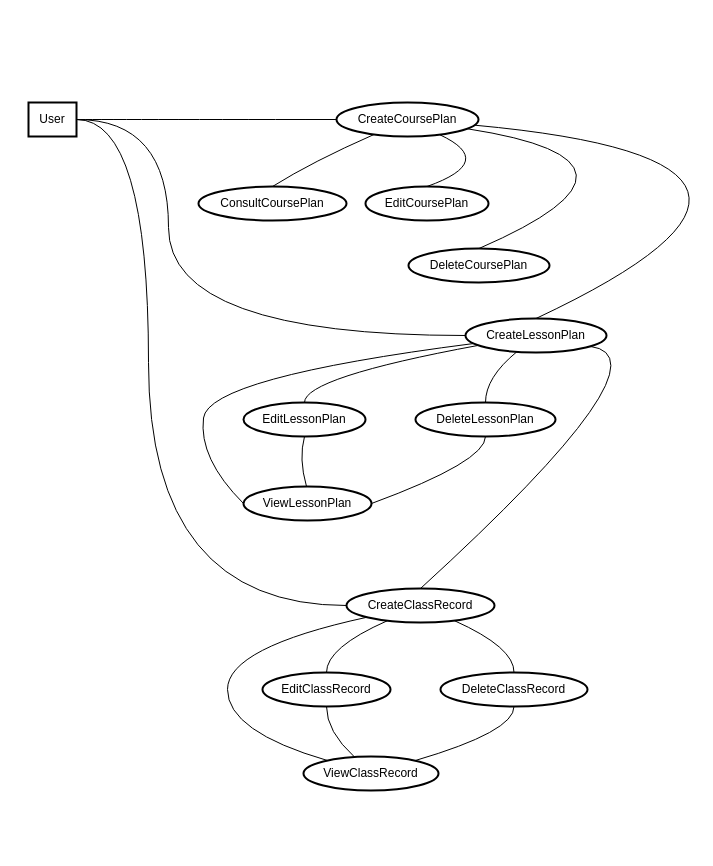
Earlier version of the draw.io diagram casos de uso 2.drawio (DjalmaANeto/modelagem-planos-de-curso-aula). Source tidied: cells renumbered, new cells numbered last; positions are measured from the earlier drawing's top-left corner, leaving out a move shared by most shapes. Both pictures are drawn from the tidied source at 100%, with x=0, y=0 at pixel (28, 102).
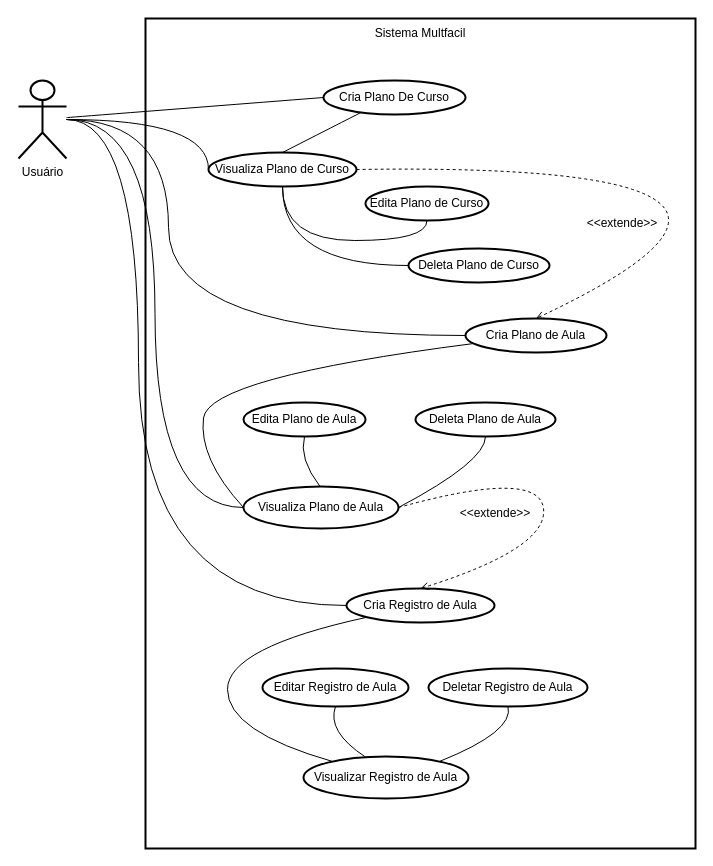
Above is the later version.

The edit, as a diff of the source:
```diff
@@
+    <mxCell id="33" style="rounded=0;whiteSpace=wrap;html=1;strokeColor=default;strokeWidth=2;fontFamily=Helvetica;fontSize=12;fontColor=default;fillColor=none;" parent="1" vertex="1">
+      <mxGeometry x="117" y="-84" width="550" height="830" as="geometry" />
+    </mxCell>
@@
+    <mxCell id="34" style="edgeStyle=orthogonalEdgeStyle;rounded=0;jettySize=auto;html=1;entryX=0;entryY=0.5;entryDx=0;entryDy=0;fontFamily=Helvetica;fontSize=12;fontColor=default;curved=1;endArrow=none;endFill=0;" parent="1" edge="1" source="4" target="10">
+      <mxGeometry relative="1" as="geometry" />
+    </mxCell>
-    <mxCell id="3" style="edgeStyle=orthogonalEdgeStyle;rounded=0;jettySize=auto;html=1;entryX=0;entryY=0.5;entryDx=0;entryDy=0;curved=1;endArrow=none;endFill=0;" parent="1" edge="1" source="4" target="13">
+    <mxCell id="3" style="edgeStyle=orthogonalEdgeStyle;rounded=0;jettySize=auto;html=1;entryX=0;entryY=0.5;entryDx=0;entryDy=0;fontFamily=Helvetica;fontSize=12;fontColor=default;curved=1;endArrow=none;endFill=0;" parent="1" edge="1" source="4" target="13">
       <mxGeometry relative="1" as="geometry">
         <Array as="points">
-          <mxPoint x="120" y="17" />
-          <mxPoint x="120" y="503" />
+          <mxPoint x="110" y="17" />
+          <mxPoint x="110" y="503" />
         </Array>
       </mxGeometry>
     </mxCell>
+    <mxCell id="35" style="edgeStyle=orthogonalEdgeStyle;rounded=0;jettySize=auto;html=1;entryX=0;entryY=0.5;entryDx=0;entryDy=0;fontFamily=Helvetica;fontSize=12;fontColor=default;curved=1;endArrow=none;endFill=0;" parent="1" edge="1" source="4" target="6">
+      <mxGeometry relative="1" as="geometry">
+        <Array as="points">
+          <mxPoint x="180" y="17" />
+        </Array>
+      </mxGeometry>
+    </mxCell>
-    <mxCell id="4" value="User" style="whiteSpace=wrap;strokeWidth=2;" parent="1" vertex="1">
-      <mxGeometry width="48" height="34" as="geometry" />
+    <mxCell id="4" value="Usuário" style="shape=umlActor;verticalLabelPosition=bottom;verticalAlign=top;html=1;outlineConnect=0;rounded=0;strokeColor=default;strokeWidth=2;fontFamily=Helvetica;fontSize=12;fontColor=default;fillColor=default;" parent="1" vertex="1">
+      <mxGeometry x="-10" y="-22" width="48" height="78" as="geometry" />
     </mxCell>
-    <mxCell id="5" value="CreateCoursePlan" style="ellipse;whiteSpace=wrap;html=1;rounded=0;strokeColor=default;strokeWidth=2;fontFamily=Helvetica;fontSize=12;fontColor=default;fillColor=default;" parent="1" vertex="1">
-      <mxGeometry x="308" width="142" height="34" as="geometry" />
+    <mxCell id="5" value="Cria Plano De Curso" style="ellipse;whiteSpace=wrap;html=1;rounded=0;strokeColor=default;strokeWidth=2;fontFamily=Helvetica;fontSize=12;fontColor=default;fillColor=default;" parent="1" vertex="1">
+      <mxGeometry x="295" y="-22" width="142" height="34" as="geometry" />
     </mxCell>
+    <mxCell id="36" style="edgeStyle=orthogonalEdgeStyle;rounded=0;jettySize=auto;html=1;entryX=0.5;entryY=1;entryDx=0;entryDy=0;fontFamily=Helvetica;fontSize=12;fontColor=default;exitX=0.5;exitY=1;exitDx=0;exitDy=0;curved=1;endArrow=none;endFill=0;" parent="1" edge="1" source="6" target="7">
+      <mxGeometry relative="1" as="geometry" />
+    </mxCell>
+    <mxCell id="37" style="edgeStyle=orthogonalEdgeStyle;rounded=0;jettySize=auto;html=1;entryX=0;entryY=0.5;entryDx=0;entryDy=0;fontFamily=Helvetica;fontSize=12;fontColor=default;exitX=0.5;exitY=1;exitDx=0;exitDy=0;curved=1;endArrow=none;endFill=0;" parent="1" edge="1" source="6" target="8">
+      <mxGeometry relative="1" as="geometry" />
+    </mxCell>
-    <mxCell id="6" value="ConsultCoursePlan" style="ellipse;whiteSpace=wrap;html=1;rounded=0;strokeColor=default;strokeWidth=2;fontFamily=Helvetica;fontSize=12;fontColor=default;fillColor=default;" parent="1" vertex="1">
-      <mxGeometry x="170" y="84" width="148" height="34" as="geometry" />
+    <mxCell id="6" value="Visualiza Plano de Curso" style="ellipse;whiteSpace=wrap;html=1;rounded=0;strokeColor=default;strokeWidth=2;fontFamily=Helvetica;fontSize=12;fontColor=default;fillColor=default;" parent="1" vertex="1">
+      <mxGeometry x="180" y="50" width="148" height="34" as="geometry" />
     </mxCell>
-    <mxCell id="7" value="EditCoursePlan" style="ellipse;whiteSpace=wrap;html=1;rounded=0;strokeColor=default;strokeWidth=2;fontFamily=Helvetica;fontSize=12;fontColor=default;fillColor=default;" parent="1" vertex="1">
+    <mxCell id="7" value="Edita Plano de Curso" style="ellipse;whiteSpace=wrap;html=1;rounded=0;strokeColor=default;strokeWidth=2;fontFamily=Helvetica;fontSize=12;fontColor=default;fillColor=default;" parent="1" vertex="1">
       <mxGeometry x="337" y="84" width="123" height="34" as="geometry" />
     </mxCell>
-    <mxCell id="8" value="DeleteCoursePlan" style="ellipse;whiteSpace=wrap;html=1;rounded=0;strokeColor=default;strokeWidth=2;fontFamily=Helvetica;fontSize=12;fontColor=default;fillColor=default;" parent="1" vertex="1">
+    <mxCell id="8" value="Deleta Plano de Curso" style="ellipse;whiteSpace=wrap;html=1;rounded=0;strokeColor=default;strokeWidth=2;fontFamily=Helvetica;fontSize=12;fontColor=default;fillColor=default;" parent="1" vertex="1">
       <mxGeometry x="380" y="146" width="141" height="34" as="geometry" />
     </mxCell>
-    <mxCell id="9" value="CreateLessonPlan" style="ellipse;whiteSpace=wrap;html=1;rounded=0;strokeColor=default;strokeWidth=2;fontFamily=Helvetica;fontSize=12;fontColor=default;fillColor=default;" parent="1" vertex="1">
+    <mxCell id="9" value="Cria Plano de Aula" style="ellipse;whiteSpace=wrap;html=1;rounded=0;strokeColor=default;strokeWidth=2;fontFamily=Helvetica;fontSize=12;fontColor=default;fillColor=default;" parent="1" vertex="1">
       <mxGeometry x="437" y="216" width="141" height="34" as="geometry" />
     </mxCell>
-    <mxCell id="10" value="ViewLessonPlan" style="ellipse;whiteSpace=wrap;html=1;rounded=0;strokeColor=default;strokeWidth=2;fontFamily=Helvetica;fontSize=12;fontColor=default;fillColor=default;" parent="1" vertex="1">
-      <mxGeometry x="215" y="384" width="128" height="34" as="geometry" />
+    <mxCell id="10" value="Visualiza Plano de Aula" style="ellipse;whiteSpace=wrap;html=1;rounded=0;strokeColor=default;strokeWidth=2;fontFamily=Helvetica;fontSize=12;fontColor=default;fillColor=default;" parent="1" vertex="1">
+      <mxGeometry x="215" y="384" width="155" height="42" as="geometry" />
     </mxCell>
-    <mxCell id="11" value="EditLessonPlan" style="ellipse;whiteSpace=wrap;html=1;rounded=0;strokeColor=default;strokeWidth=2;fontFamily=Helvetica;fontSize=12;fontColor=default;fillColor=default;" parent="1" vertex="1">
+    <mxCell id="11" value="Edita Plano de Aula" style="ellipse;whiteSpace=wrap;html=1;rounded=0;strokeColor=default;strokeWidth=2;fontFamily=Helvetica;fontSize=12;fontColor=default;fillColor=default;" parent="1" vertex="1">
       <mxGeometry x="215" y="300" width="122" height="34" as="geometry" />
     </mxCell>
-    <mxCell id="12" value="DeleteLessonPlan" style="ellipse;whiteSpace=wrap;html=1;rounded=0;strokeColor=default;strokeWidth=2;fontFamily=Helvetica;fontSize=12;fontColor=default;fillColor=default;" parent="1" vertex="1">
+    <mxCell id="12" value="Deleta Plano de Aula" style="ellipse;whiteSpace=wrap;html=1;rounded=0;strokeColor=default;strokeWidth=2;fontFamily=Helvetica;fontSize=12;fontColor=default;fillColor=default;" parent="1" vertex="1">
       <mxGeometry x="387" y="300" width="140" height="34" as="geometry" />
     </mxCell>
-    <mxCell id="13" value="CreateClassRecord" style="ellipse;whiteSpace=wrap;html=1;rounded=0;strokeColor=default;strokeWidth=2;fontFamily=Helvetica;fontSize=12;fontColor=default;fillColor=default;" parent="1" vertex="1">
+    <mxCell id="13" value="Cria Registro de Aula" style="ellipse;whiteSpace=wrap;html=1;rounded=0;strokeColor=default;strokeWidth=2;fontFamily=Helvetica;fontSize=12;fontColor=default;fillColor=default;" parent="1" vertex="1">
       <mxGeometry x="318" y="486" width="148" height="34" as="geometry" />
     </mxCell>
-    <mxCell id="14" value="ViewClassRecord" style="ellipse;whiteSpace=wrap;html=1;rounded=0;strokeColor=default;strokeWidth=2;fontFamily=Helvetica;fontSize=12;fontColor=default;fillColor=default;" parent="1" vertex="1">
-      <mxGeometry x="275" y="654" width="135" height="34" as="geometry" />
+    <mxCell id="14" value="Visualizar Registro de Aula" style="ellipse;whiteSpace=wrap;html=1;rounded=0;strokeColor=default;strokeWidth=2;fontFamily=Helvetica;fontSize=12;fontColor=default;fillColor=default;" parent="1" vertex="1">
+      <mxGeometry x="275" y="654" width="165" height="42" as="geometry" />
     </mxCell>
-    <mxCell id="15" value="EditClassRecord" style="ellipse;whiteSpace=wrap;html=1;rounded=0;strokeColor=default;strokeWidth=2;fontFamily=Helvetica;fontSize=12;fontColor=default;fillColor=default;" parent="1" vertex="1">
-      <mxGeometry x="234" y="570" width="128" height="34" as="geometry" />
+    <mxCell id="15" value="Editar Registro de Aula" style="ellipse;whiteSpace=wrap;html=1;rounded=0;strokeColor=default;strokeWidth=2;fontFamily=Helvetica;fontSize=12;fontColor=default;fillColor=default;" parent="1" vertex="1">
+      <mxGeometry x="234" y="566" width="146" height="38" as="geometry" />
     </mxCell>
-    <mxCell id="16" value="DeleteClassRecord" style="ellipse;whiteSpace=wrap;html=1;rounded=0;strokeColor=default;strokeWidth=2;fontFamily=Helvetica;fontSize=12;fontColor=default;fillColor=default;" parent="1" vertex="1">
-      <mxGeometry x="412" y="570" width="147" height="34" as="geometry" />
+    <mxCell id="16" value="Deletar Registro de Aula" style="ellipse;whiteSpace=wrap;html=1;rounded=0;strokeColor=default;strokeWidth=2;fontFamily=Helvetica;fontSize=12;fontColor=default;fillColor=default;" parent="1" vertex="1">
+      <mxGeometry x="400" y="566" width="159" height="38" as="geometry" />
     </mxCell>
-    <mxCell id="17" style="curved=1;startArrow=none;endArrow=none;exitX=1;exitY=0.5;entryX=0;entryY=0.5;exitDx=0;exitDy=0;entryDx=0;entryDy=0;endFill=0;" parent="1" edge="1" source="4" target="5">
+    <mxCell id="17" style="curved=1;startArrow=none;endArrow=none;entryX=0;entryY=0.5;entryDx=0;entryDy=0;endFill=0;" parent="1" edge="1" source="4" target="5">
       <mxGeometry relative="1" as="geometry" />
     </mxCell>
     <mxCell id="18" style="curved=1;startArrow=none;endArrow=none;exitX=0.2303148316985245;exitY=1;entryX=0.4984691722972973;entryY=0;endFill=0;" parent="1" edge="1" source="5" target="6">
-      <mxGeometry relative="1" as="geometry">
-        <Array as="points">
-          <mxPoint x="284" y="59" />
-        </Array>
-      </mxGeometry>
+      <mxGeometry relative="1" as="geometry" />
     </mxCell>
-    <mxCell id="19" style="curved=1;startArrow=none;endArrow=none;exitX=0.7580797283702214;exitY=1;entryX=0.4953315548780488;entryY=0;endFill=0;" parent="1" edge="1" source="5" target="7">
-      <mxGeometry relative="1" as="geometry">
-        <Array as="points">
-          <mxPoint x="469" y="59" />
-        </Array>
-      </mxGeometry>
-    </mxCell>
-    <mxCell id="20" style="curved=1;startArrow=none;endArrow=none;exitX=1.004208846830986;exitY=0.8237430340111996;entryX=0.503656914893617;entryY=0;endFill=0;" parent="1" edge="1" source="5" target="8">
-      <mxGeometry relative="1" as="geometry">
-        <Array as="points">
-          <mxPoint x="651" y="59" />
-        </Array>
-      </mxGeometry>
-    </mxCell>
-    <mxCell id="21" style="curved=1;startArrow=none;endArrow=none;exitX=1.004208846830986;exitY=0.6899570407244402;entryX=0.4985871010638298;entryY=0;endFill=0;" parent="1" edge="1" source="5" target="9">
+    <mxCell id="21" style="curved=1;startArrow=none;endArrow=open;exitX=1;exitY=0.5;entryX=0.4985871010638298;entryY=0;endFill=0;dashed=1;exitDx=0;exitDy=0;" parent="1" edge="1" source="6" target="9">
       <mxGeometry relative="1" as="geometry">
         <Array as="points">
           <mxPoint x="842" y="59" />
         </Array>
       </mxGeometry>
     </mxCell>
@@
-    <mxCell id="23" style="curved=1;startArrow=none;endArrow=none;exitX=-0.00193927304964539;exitY=0.8767873857009145;entryX=0.49937564036885246;entryY=0;endFill=0;" parent="1" edge="1" source="9" target="11">
-      <mxGeometry relative="1" as="geometry">
-        <Array as="points">
-          <mxPoint x="276" y="275" />
-        </Array>
-      </mxGeometry>
-    </mxCell>
-    <mxCell id="24" style="curved=1;startArrow=none;endArrow=none;exitX=0.3536247915611279;exitY=1;entryX=0.4985909598214286;entryY=0;endFill=0;" parent="1" edge="1" source="9" target="12">
-      <mxGeometry relative="1" as="geometry">
-        <Array as="points">
-          <mxPoint x="457" y="275" />
-        </Array>
-      </mxGeometry>
-    </mxCell>
@@
-    <mxCell id="27" style="curved=1;startArrow=none;endArrow=none;exitX=0.999113475177305;exitY=0.9363854060874296;entryX=0.5005278716216216;entryY=0;endFill=0;" parent="1" edge="1" source="9" target="13">
+    <mxCell id="27" style="curved=1;startArrow=none;endArrow=open;exitX=1;exitY=0.5;entryX=0.5005278716216216;entryY=0;endFill=0;dashed=1;exitDx=0;exitDy=0;" parent="1" edge="1" source="10" target="13">
       <mxGeometry relative="1" as="geometry">
         <Array as="points">
-          <mxPoint x="645" y="255" />
+          <mxPoint x="510" y="366" />
+          <mxPoint x="520" y="446" />
         </Array>
       </mxGeometry>
     </mxCell>
@@
-    <mxCell id="29" style="curved=1;startArrow=none;endArrow=none;exitX=0.24414910865106157;exitY=1;entryX=0.5026092529296875;entryY=0;endFill=0;" parent="1" edge="1" source="13" target="15">
-      <mxGeometry relative="1" as="geometry">
-        <Array as="points">
-          <mxPoint x="298" y="545" />
-        </Array>
-      </mxGeometry>
-    </mxCell>
-    <mxCell id="30" style="curved=1;startArrow=none;endArrow=none;exitX=0.7569066345921817;exitY=1;entryX=0.5021922831632653;entryY=0;endFill=0;" parent="1" edge="1" source="13" target="16">
-      <mxGeometry relative="1" as="geometry">
-        <Array as="points">
-          <mxPoint x="486" y="545" />
-        </Array>
-      </mxGeometry>
-    </mxCell>
@@
+    <mxCell id="38" value="&amp;lt;&amp;lt;extende&amp;gt;&amp;gt;" style="text;html=1;strokeColor=none;fillColor=none;align=center;verticalAlign=middle;whiteSpace=wrap;rounded=0;fontSize=12;fontFamily=Helvetica;fontColor=default;" parent="1" vertex="1">
+      <mxGeometry x="564" y="106" width="60" height="30" as="geometry" />
+    </mxCell>
+    <mxCell id="39" value="&amp;lt;&amp;lt;extende&amp;gt;&amp;gt;" style="text;html=1;strokeColor=none;fillColor=none;align=center;verticalAlign=middle;whiteSpace=wrap;rounded=0;fontSize=12;fontFamily=Helvetica;fontColor=default;" parent="1" vertex="1">
+      <mxGeometry x="437" y="396" width="60" height="30" as="geometry" />
+    </mxCell>
+    <mxCell id="40" value="Sistema Multfacil" style="text;html=1;strokeColor=none;fillColor=none;align=center;verticalAlign=middle;whiteSpace=wrap;rounded=0;fontSize=12;fontFamily=Helvetica;fontColor=default;" parent="1" vertex="1">
+      <mxGeometry x="328" y="-84" width="128" height="30" as="geometry" />
+    </mxCell>
```
